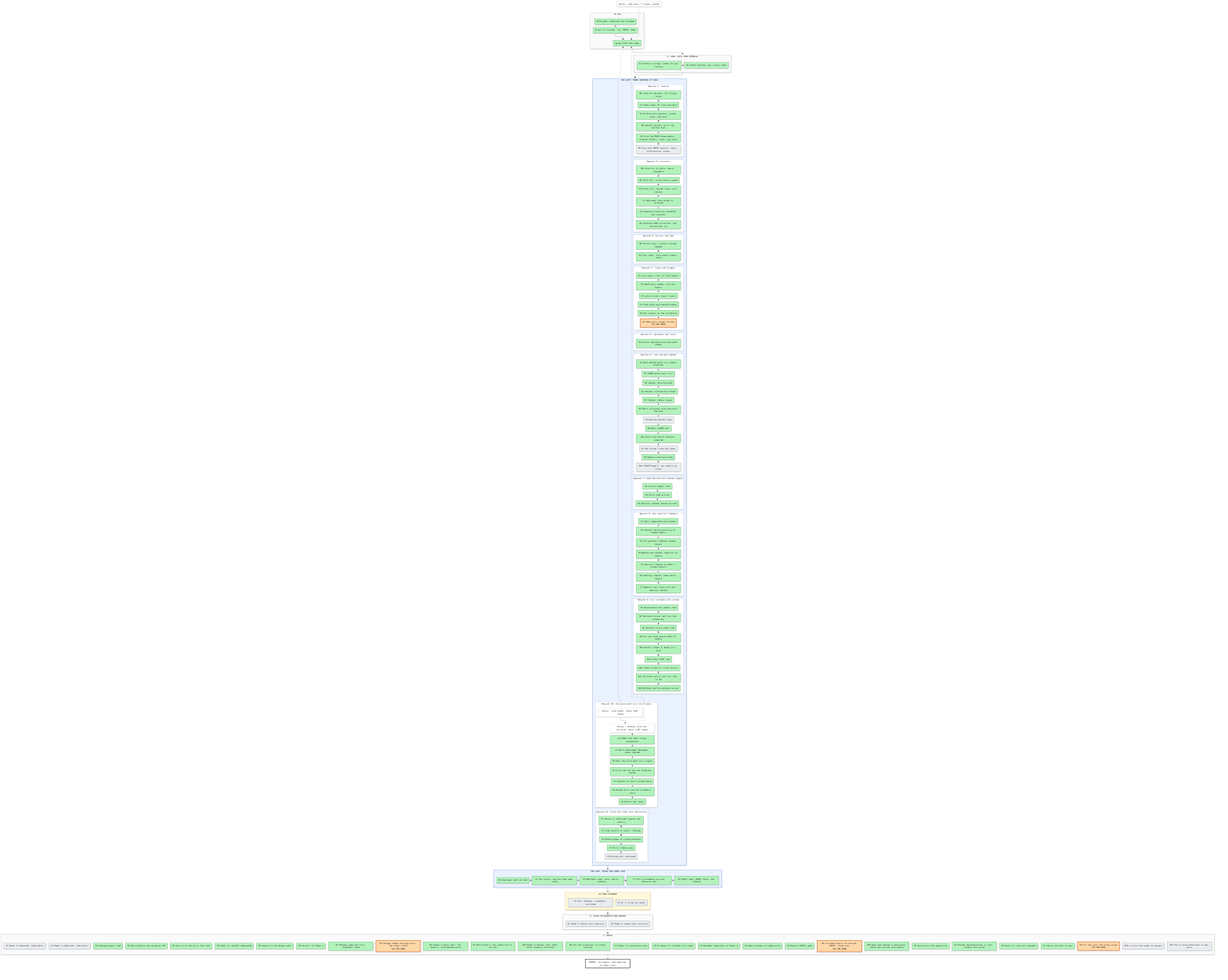
Earlier version of the Mermaid export artifacts/notes/progress/map.png (mo-rsa24/concept-composition). Its source is kept beside it as artifacts/notes/progress/map.mmd.
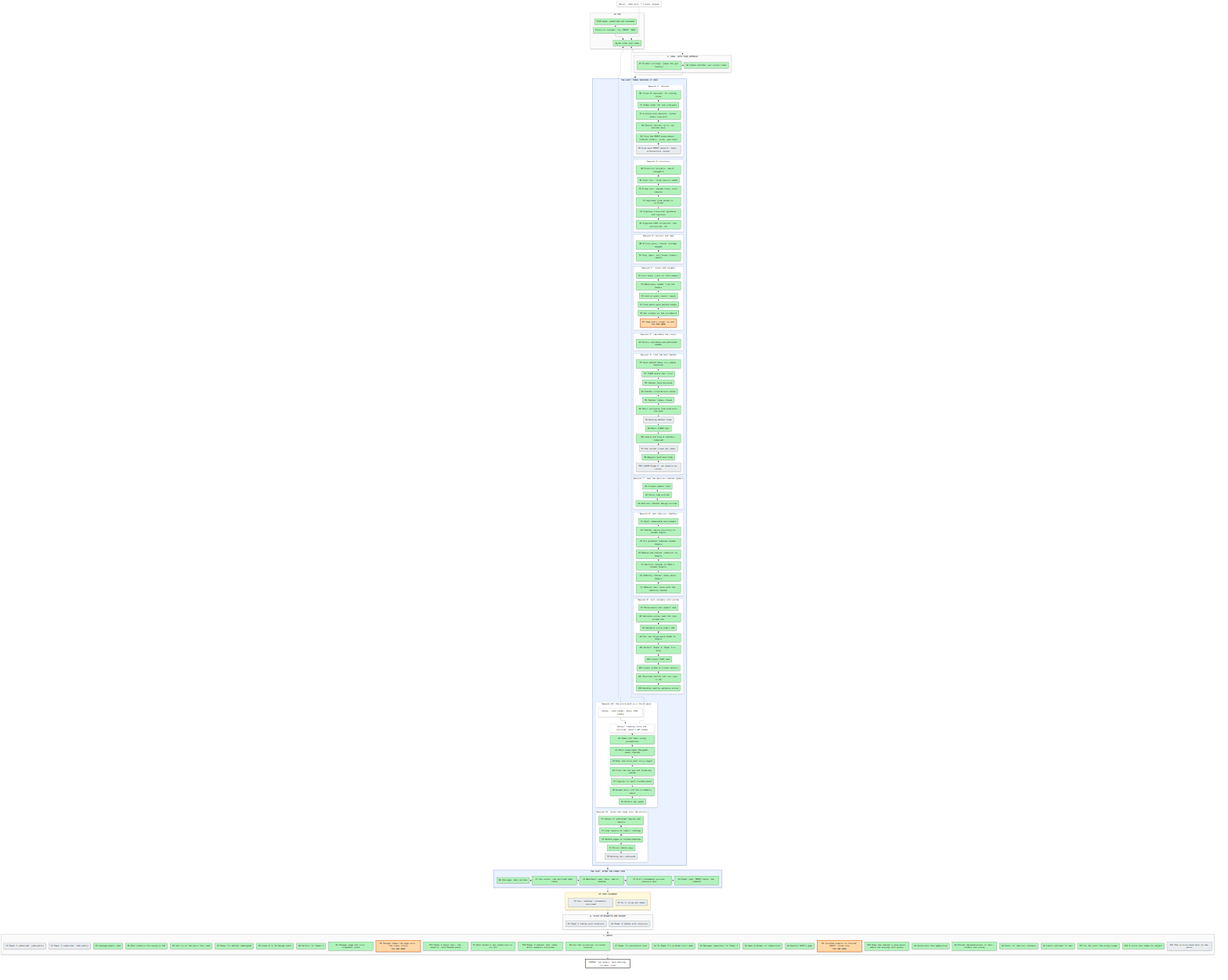
After the change.

The edit, as a diff of the source:
```diff
@@ -74,7 +74,7 @@
   end
   subgraph SF["F. WRITE"]
     direction LR
-    F1["F1 Paper 1 submitted, code public"]:::todo ~~~ F2["F2 Paper 2 submitted, code public"]:::todo ~~~ Z1["Z1 Leakage papers read"]:::done ~~~ Z2["Z2 What predicts borrowing on CO3"]:::done ~~~ Z3["Z3 One fix on the pairs that leak"]:::done ~~~ Z4["Z4 Paper 2's method redesigned"]:::done ~~~ Z5["Z5 Loops 8 to 10 design audit"]:::done ~~~ Z6["Z6 Verdict for Paper 2"]:::done ~~~ N1["N1 Manager page and first alignment round"]:::done ~~~ N2["N2 Manager keeps the page until the loops finish<br/>YOU ARE HERE"]:::doing ~~~ M11["M11 Paper 1 digit test: the experts' vote beside paste"]:::done ~~~ Z7["Z7 Each animal's own prediction in its box"]:::done ~~~ M12["M12 Paper 2 checker that reads which subjects are drawn"]:::done ~~~ Z8["Z8 Can the correction fix known failures"]:::done ~~~ K7["K7 Paper 1's evaluation plan"]:::done ~~~ G1["G1 Is Paper 2's problem still open"]:::done ~~~ G2["G2 Reviewer questions for Paper 1"]:::done ~~~ G3["G3 Open problems in composition"]:::done ~~~ G4["G4 Exploit DCFM's gaps"]:::done ~~~ Z9["Z9 Finished experts on Colored MNIST, three arms<br/>YOU ARE HERE"]:::doing ~~~ M13["M13 Does the checker's push point where the missing term points"]:::done ~~~ H1["H1 Directions that generalise"]:::done ~~~ H2["H2 Shared representations of text, latents and scores"]:::done ~~~ H3["H3 Dials for abstract concepts"]:::done ~~~ H4["H4 Limits and what to test"]:::done ~~~ M14["M14 Is the joint the wrong target<br/>YOU ARE HERE"]:::doing ~~~ M15["M15 A score that names no subject"]:::todo ~~~ Z10["Z10 The co-occurrence dial on new pairs"]:::todo
+    F1["F1 Paper 1 submitted, code public"]:::todo ~~~ F2["F2 Paper 2 submitted, code public"]:::todo ~~~ Z1["Z1 Leakage papers read"]:::done ~~~ Z2["Z2 What predicts borrowing on CO3"]:::done ~~~ Z3["Z3 One fix on the pairs that leak"]:::done ~~~ Z4["Z4 Paper 2's method redesigned"]:::done ~~~ Z5["Z5 Loops 8 to 10 design audit"]:::done ~~~ Z6["Z6 Verdict for Paper 2"]:::done ~~~ N1["N1 Manager page and first alignment round"]:::done ~~~ N2["N2 Manager keeps the page until the loops finish<br/>YOU ARE HERE"]:::doing ~~~ M11["M11 Paper 1 digit test: the experts' vote beside paste"]:::done ~~~ Z7["Z7 Each animal's own prediction in its box"]:::done ~~~ M12["M12 Paper 2 checker that reads which subjects are drawn"]:::done ~~~ Z8["Z8 Can the correction fix known failures"]:::done ~~~ K7["K7 Paper 1's evaluation plan"]:::done ~~~ G1["G1 Is Paper 2's problem still open"]:::done ~~~ G2["G2 Reviewer questions for Paper 1"]:::done ~~~ G3["G3 Open problems in composition"]:::done ~~~ G4["G4 Exploit DCFM's gaps"]:::done ~~~ Z9["Z9 Finished experts on Colored MNIST, three arms<br/>YOU ARE HERE"]:::doing ~~~ M13["M13 Does the checker's push point where the missing term points"]:::done ~~~ H1["H1 Directions that generalise"]:::done ~~~ H2["H2 Shared representations of text, latents and scores"]:::done ~~~ H3["H3 Dials for abstract concepts"]:::done ~~~ H4["H4 Limits and what to test"]:::done ~~~ M14["M14 Is the joint the wrong target"]:::done ~~~ M15["M15 A score that names no subject"]:::done ~~~ Z10["Z10 The co-occurrence dial on new pairs"]:::todo
   end
   GOAL["FINISH: two papers, each beating its best rival"]:::goal
   X0["Detour: idea walk, 7 claims, paused"]:::detour -.-> P2
```
